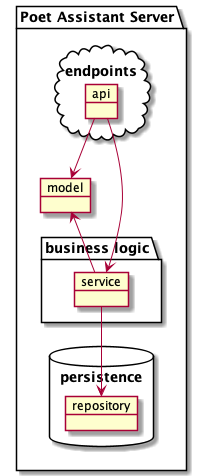
caarmen/poet-assistant-server keeps this PlantUML diagram as modules/doc/src/main/plantuml/object-diagram.png. Above is the earlier version. The source it was exported from:
```plantuml
@startuml

package "Poet Assistant Server"  {
package "endpoints" <<Cloud>> {
object api
}
object model
package "business logic" {
object service
}
package "persistence" <<Database>> {
object repository
}

api --> model
model <-- service
api --> service
service --> repository
}

@endpuml
```
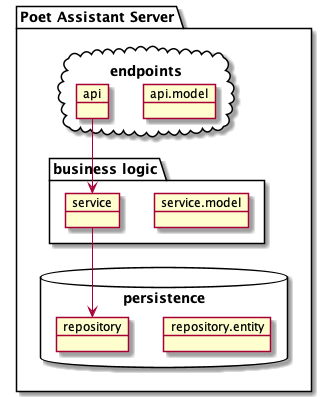
Above is the later version.

What changed in the source:
```diff
@@ -1,21 +1,21 @@
 @startuml
 
 package "Poet Assistant Server"  {
-package "endpoints" <<Cloud>> {
-object api
-}
-object model
-package "business logic" {
-object service
-}
-package "persistence" <<Database>> {
-object repository
-}
+  package "endpoints" <<Cloud>> {
+    object api.model
+    object api
+  }
+  package "business logic" {
+    object service.model
+    object service
+  }
+  package "persistence" <<Database>> {
+    object repository.entity
+    object repository
+  }
 
-api --> model
-model <-- service
-api --> service
-service --> repository
+  api --> service
+  service --> repository
 }
 
 @endpuml
```
